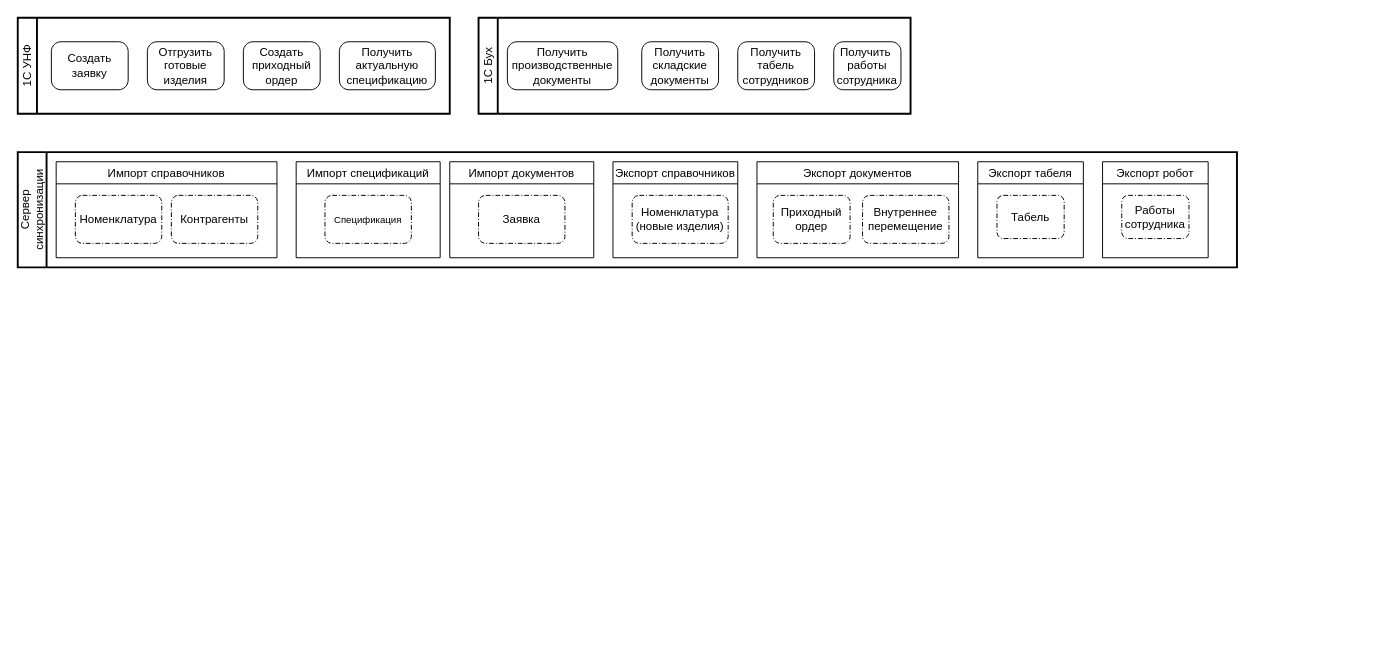
sashok74/diagrams keeps this draw.io diagram as HiTek-1C.drawio. Above is the earlier version. Source tidied: cells renumbered, new cells numbered last; positions are measured from the earlier drawing's top-left corner, leaving out a move shared by most shapes. Both pictures are drawn from the tidied source at 96%, with x=0, y=0 at pixel (17, 17).
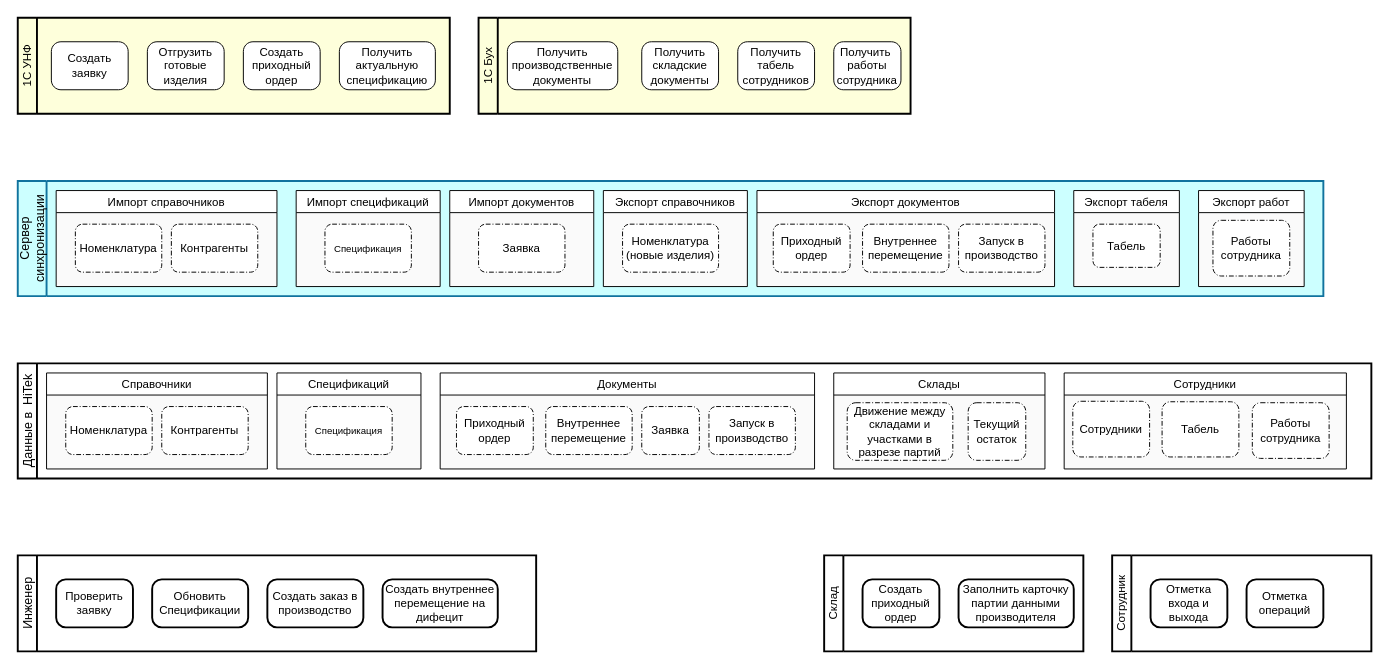
Above is the later version.

The edit, as a diff of the source:
```diff
@@
-    <mxCell id="2" value="1C УНФ" style="swimlane;html=1;startSize=20;fontStyle=0;horizontal=0;swimlaneLine=1;swimlaneFillColor=#ffffff;strokeWidth=2;whiteSpace=wrap;" parent="1" vertex="1">
+    <mxCell id="2" value="1C УНФ" style="swimlane;html=1;startSize=20;fontStyle=0;horizontal=0;swimlaneLine=1;swimlaneFillColor=#FEFFDB;strokeWidth=2;whiteSpace=wrap;fillColor=#FDFFDB;" parent="1" vertex="1">
       <mxGeometry width="450" height="100" as="geometry" />
     </mxCell>
@@
-    <mxCell id="7" value="1C Бух" style="swimlane;html=1;startSize=20;fontStyle=0;horizontal=0;swimlaneLine=1;swimlaneFillColor=#ffffff;strokeWidth=2;whiteSpace=wrap;" parent="1" vertex="1">
+    <mxCell id="7" value="1C Бух" style="swimlane;html=1;startSize=20;fontStyle=0;horizontal=0;swimlaneLine=1;swimlaneFillColor=#FEFFDB;strokeWidth=2;whiteSpace=wrap;fillColor=#FDFFDB;" parent="1" vertex="1">
       <mxGeometry x="480" width="450" height="100" as="geometry" />
     </mxCell>
@@
+    <mxCell id="29" value="&lt;font style=&quot;font-size: 13px;&quot;&gt;Данные в&amp;nbsp; HiTek&lt;/font&gt;" style="swimlane;html=1;startSize=20;fontStyle=0;horizontal=0;swimlaneLine=1;swimlaneFillColor=#ffffff;strokeWidth=2;whiteSpace=wrap;rounded=0;strokeColor=default;fontFamily=Helvetica;fontSize=13;fontColor=default;fillColor=default;" parent="1" vertex="1">
+      <mxGeometry y="360" width="1410" height="120" as="geometry" />
+    </mxCell>
+    <mxCell id="30" value="Cправочники" style="swimlane;fontStyle=0;swimlaneFillColor=#FAFAFA;" parent="29" vertex="1">
+      <mxGeometry x="30" y="10" width="230" height="100" as="geometry" />
+    </mxCell>
+    <mxCell id="31" value="&lt;font style=&quot;font-size: 12px;&quot;&gt;Номенклатура&lt;/font&gt;" style="rounded=1;dashed=1;dashPattern=5 2 1 2;labelPosition=center;verticalLabelPosition=middle;align=center;verticalAlign=middle;fontSize=8;html=1;whiteSpace=wrap;" parent="30" vertex="1">
+      <mxGeometry x="20" y="35" width="90" height="50" as="geometry" />
+    </mxCell>
+    <mxCell id="32" value="&lt;font style=&quot;font-size: 12px;&quot;&gt;Контрагенты&lt;/font&gt;" style="rounded=1;dashed=1;dashPattern=5 2 1 2;labelPosition=center;verticalLabelPosition=middle;align=center;verticalAlign=middle;fontSize=8;html=1;whiteSpace=wrap;" parent="30" vertex="1">
+      <mxGeometry x="120" y="35" width="90" height="50" as="geometry" />
+    </mxCell>
+    <mxCell id="33" value="Спецификаций" style="swimlane;fontStyle=0;swimlaneFillColor=#FAFAFA;" parent="29" vertex="1">
+      <mxGeometry x="270" y="10" width="150" height="100" as="geometry" />
+    </mxCell>
+    <mxCell id="34" value="&lt;font style=&quot;font-size: 10px;&quot;&gt;Спецификация&lt;/font&gt;" style="rounded=1;dashed=1;dashPattern=5 2 1 2;labelPosition=center;verticalLabelPosition=middle;align=center;verticalAlign=middle;fontSize=8;html=1;whiteSpace=wrap;" parent="33" vertex="1">
+      <mxGeometry x="30" y="35" width="90" height="50" as="geometry" />
+    </mxCell>
+    <mxCell id="35" value="Документы" style="swimlane;fontStyle=0;startSize=23;swimlaneFillColor=#FAFAFA;" parent="29" vertex="1">
+      <mxGeometry x="440" y="10" width="390" height="100" as="geometry" />
+    </mxCell>
+    <mxCell id="36" value="&lt;font style=&quot;font-size: 12px;&quot;&gt;Приходный ордер&lt;/font&gt;" style="rounded=1;dashed=1;dashPattern=5 2 1 2;labelPosition=center;verticalLabelPosition=middle;align=center;verticalAlign=middle;fontSize=8;html=1;whiteSpace=wrap;" parent="35" vertex="1">
+      <mxGeometry x="17" y="35" width="80" height="50" as="geometry" />
+    </mxCell>
+    <mxCell id="37" value="&lt;font style=&quot;font-size: 12px;&quot;&gt;Внутреннее перемещение&lt;/font&gt;" style="rounded=1;dashed=1;dashPattern=5 2 1 2;labelPosition=center;verticalLabelPosition=middle;align=center;verticalAlign=middle;fontSize=8;html=1;whiteSpace=wrap;" parent="35" vertex="1">
+      <mxGeometry x="110" y="35" width="90" height="50" as="geometry" />
+    </mxCell>
+    <mxCell id="38" value="Заявка" style="rounded=1;dashed=1;dashPattern=5 2 1 2;labelPosition=center;verticalLabelPosition=middle;align=center;verticalAlign=middle;fontSize=12;html=1;whiteSpace=wrap;" parent="35" vertex="1">
+      <mxGeometry x="210" y="35" width="60" height="50" as="geometry" />
+    </mxCell>
+    <mxCell id="39" value="Запуск в производство" style="rounded=1;dashed=1;dashPattern=5 2 1 2;labelPosition=center;verticalLabelPosition=middle;align=center;verticalAlign=middle;fontSize=12;html=1;whiteSpace=wrap;" parent="35" vertex="1">
+      <mxGeometry x="280" y="35" width="90" height="50" as="geometry" />
+    </mxCell>
+    <mxCell id="40" value="Склады" style="swimlane;fontStyle=0;swimlaneFillColor=#FAFAFA;" parent="29" vertex="1">
+      <mxGeometry x="850" y="10" width="220" height="100" as="geometry" />
+    </mxCell>
+    <mxCell id="41" value="Движение между складами и участками в разрезе партий" style="rounded=1;dashed=1;dashPattern=5 2 1 2;labelPosition=center;verticalLabelPosition=middle;align=center;verticalAlign=middle;fontSize=12;html=1;whiteSpace=wrap;" parent="40" vertex="1">
+      <mxGeometry x="14" y="31" width="110" height="60" as="geometry" />
+    </mxCell>
+    <mxCell id="42" value="Текущий остаток" style="rounded=1;dashed=1;dashPattern=5 2 1 2;labelPosition=center;verticalLabelPosition=middle;align=center;verticalAlign=middle;fontSize=12;html=1;whiteSpace=wrap;" parent="40" vertex="1">
+      <mxGeometry x="140" y="31" width="60" height="60" as="geometry" />
+    </mxCell>
+    <mxCell id="43" value="Сотрудники" style="swimlane;fontStyle=0;swimlaneFillColor=#FAFAFA;" parent="29" vertex="1">
+      <mxGeometry x="1090" y="10" width="294" height="100" as="geometry" />
+    </mxCell>
+    <mxCell id="44" value="&lt;font style=&quot;font-size: 12px;&quot;&gt;Табель&lt;/font&gt;" style="rounded=1;dashed=1;dashPattern=5 2 1 2;labelPosition=center;verticalLabelPosition=middle;align=center;verticalAlign=middle;fontSize=8;html=1;whiteSpace=wrap;" parent="43" vertex="1">
+      <mxGeometry x="102" y="30" width="80" height="57.5" as="geometry" />
+    </mxCell>
+    <mxCell id="28" value="&lt;font style=&quot;font-size: 12px;&quot;&gt;Работы сотрудника&lt;/font&gt;" style="rounded=1;dashed=1;dashPattern=5 2 1 2;labelPosition=center;verticalLabelPosition=middle;align=center;verticalAlign=middle;fontSize=8;html=1;whiteSpace=wrap;" parent="43" vertex="1">
+      <mxGeometry x="196" y="31" width="80" height="58" as="geometry" />
+    </mxCell>
+    <mxCell id="45" value="Сотрудники" style="rounded=1;dashed=1;dashPattern=5 2 1 2;labelPosition=center;verticalLabelPosition=middle;align=center;verticalAlign=middle;fontSize=12;html=1;whiteSpace=wrap;" parent="43" vertex="1">
+      <mxGeometry x="9" y="29.5" width="80" height="58" as="geometry" />
+    </mxCell>
+    <mxCell id="46" value="Инженер" style="swimlane;html=1;startSize=20;fontStyle=0;horizontal=0;swimlaneLine=1;swimlaneFillColor=#ffffff;strokeWidth=2;whiteSpace=wrap;rounded=0;strokeColor=default;fontFamily=Helvetica;fontSize=13;fontColor=default;fillColor=default;" parent="1" vertex="1">
+      <mxGeometry y="560" width="540" height="100" as="geometry" />
+    </mxCell>
+    <mxCell id="47" value="Проверить заявку" style="shape=mxgraph.bpmn.task;whiteSpace=wrap;rectStyle=rounded;size=10;html=1;taskMarker=abstract;rounded=0;strokeColor=default;strokeWidth=2;fontFamily=Helvetica;fontSize=12;fontColor=default;startSize=20;fillColor=default;" parent="46" vertex="1">
+      <mxGeometry x="40" y="25" width="80" height="50" as="geometry" />
+    </mxCell>
+    <mxCell id="48" value="Обновить Спецификации" style="shape=mxgraph.bpmn.task;whiteSpace=wrap;rectStyle=rounded;size=10;html=1;taskMarker=abstract;rounded=0;strokeColor=default;strokeWidth=2;fontFamily=Helvetica;fontSize=12;fontColor=default;startSize=20;fillColor=default;" parent="46" vertex="1">
+      <mxGeometry x="140" y="25" width="100" height="50" as="geometry" />
+    </mxCell>
+    <mxCell id="49" value="Создать заказ в производство" style="shape=mxgraph.bpmn.task;whiteSpace=wrap;rectStyle=rounded;size=10;html=1;taskMarker=abstract;rounded=0;strokeColor=default;strokeWidth=2;fontFamily=Helvetica;fontSize=12;fontColor=default;startSize=20;fillColor=default;" parent="46" vertex="1">
+      <mxGeometry x="260" y="25" width="100" height="50" as="geometry" />
+    </mxCell>
+    <mxCell id="50" value="Создать внутреннее перемещение на дифецит" style="shape=mxgraph.bpmn.task;whiteSpace=wrap;rectStyle=rounded;size=10;html=1;taskMarker=abstract;rounded=0;strokeColor=default;strokeWidth=2;fontFamily=Helvetica;fontSize=12;fontColor=default;startSize=20;fillColor=default;" parent="46" vertex="1">
+      <mxGeometry x="380" y="25" width="120" height="50" as="geometry" />
+    </mxCell>
+    <mxCell id="51" style="group;" parent="1" vertex="1">
+      <mxGeometry y="170" width="1360" height="120" as="geometry" />
+    </mxCell>
-    <mxCell id="12" value="&lt;div&gt;Сервер синхронизации&lt;/div&gt;" style="swimlane;html=1;startSize=30;fontStyle=0;horizontal=0;swimlaneLine=1;swimlaneFillColor=#ffffff;strokeWidth=2;whiteSpace=wrap;" parent="1" vertex="1">
-      <mxGeometry y="140" width="1270" height="120" as="geometry" />
+    <mxCell id="12" value="&lt;div style=&quot;font-size: 13px;&quot;&gt;Сервер синхронизации&lt;/div&gt;" style="swimlane;html=1;startSize=30;fontStyle=0;horizontal=0;swimlaneLine=1;swimlaneFillColor=#CCFFFF;strokeWidth=2;whiteSpace=wrap;fillColor=#CCFFFF;strokeColor=#10739e;fontSize=13;" parent="51" vertex="1">
+      <mxGeometry width="1360" height="120" as="geometry" />
     </mxCell>
-    <mxCell id="13" value="Импорт документов" style="swimlane;fontStyle=0;" parent="12" vertex="1">
+    <mxCell id="13" value="Импорт документов" style="swimlane;fontStyle=0;swimlaneFillColor=#FAFAFA;" parent="51" vertex="1">
       <mxGeometry x="450" y="10" width="150" height="100" as="geometry" />
     </mxCell>
@@
-    <mxCell id="15" value="Импорт справочников" style="swimlane;fontStyle=0;" parent="12" vertex="1">
+    <mxCell id="15" value="Импорт справочников" style="swimlane;fontStyle=0;swimlaneFillColor=#FAFAFA;" parent="51" vertex="1">
       <mxGeometry x="40" y="10" width="230" height="100" as="geometry" />
     </mxCell>
@@
-    <mxCell id="18" value="Экспорт документов" style="swimlane;fontStyle=0;" parent="12" vertex="1">
-      <mxGeometry x="770" y="10" width="210" height="100" as="geometry" />
+    <mxCell id="18" value="Экспорт документов" style="swimlane;fontStyle=0;swimlaneFillColor=#FAFAFA;" parent="51" vertex="1">
+      <mxGeometry x="770" y="10" width="310" height="100" as="geometry" />
     </mxCell>
@@
+    <mxCell id="52" value="Запуск в производство" style="rounded=1;dashed=1;dashPattern=5 2 1 2;labelPosition=center;verticalLabelPosition=middle;align=center;verticalAlign=middle;fontSize=12;html=1;whiteSpace=wrap;" parent="18" vertex="1">
+      <mxGeometry x="210" y="35" width="90" height="50" as="geometry" />
+    </mxCell>
-    <mxCell id="21" value="Экспорт справочников" style="swimlane;fontStyle=0;" parent="12" vertex="1">
-      <mxGeometry x="620" y="10" width="130" height="100" as="geometry" />
+    <mxCell id="21" value="Экспорт справочников" style="swimlane;fontStyle=0;swimlaneFillColor=#FAFAFA;" parent="51" vertex="1">
+      <mxGeometry x="610" y="10" width="150" height="100" as="geometry" />
     </mxCell>
@@
-    <mxCell id="23" value="Импорт спецификаций" style="swimlane;fontStyle=0;" parent="12" vertex="1">
+    <mxCell id="23" value="Импорт спецификаций" style="swimlane;fontStyle=0;swimlaneFillColor=#FAFAFA;" parent="51" vertex="1">
       <mxGeometry x="290" y="10" width="150" height="100" as="geometry" />
     </mxCell>
@@
-    <mxCell id="25" value="Экспорт табеля" style="swimlane;fontStyle=0;" parent="12" vertex="1">
-      <mxGeometry x="1000" y="10" width="110" height="100" as="geometry" />
+    <mxCell id="25" value="Экспорт табеля" style="swimlane;fontStyle=0;swimlaneFillColor=#FAFAFA;" parent="51" vertex="1">
+      <mxGeometry x="1100" y="10" width="110" height="100" as="geometry" />
     </mxCell>
@@
-    <mxCell id="27" value="Экспорт робот" style="swimlane;fontStyle=0;" parent="12" vertex="1">
-      <mxGeometry x="1130" y="10" width="110" height="100" as="geometry" />
+    <mxCell id="27" value="Экспорт работ" style="swimlane;fontStyle=0;swimlaneFillColor=#FAFAFA;" parent="51" vertex="1">
+      <mxGeometry x="1230" y="10" width="110" height="100" as="geometry" />
     </mxCell>
-    <mxCell id="28" value="&lt;font style=&quot;font-size: 12px;&quot;&gt;Работы сотрудника&lt;/font&gt;" style="rounded=1;dashed=1;dashPattern=5 2 1 2;labelPosition=center;verticalLabelPosition=middle;align=center;verticalAlign=middle;fontSize=8;html=1;whiteSpace=wrap;" parent="27" vertex="1">
-      <mxGeometry x="20" y="35" width="70" height="45" as="geometry" />
-    </mxCell>
+    <mxCell id="53" value="&lt;font style=&quot;font-size: 12px;&quot;&gt;Работы сотрудника&lt;/font&gt;" style="rounded=1;dashed=1;dashPattern=5 2 1 2;labelPosition=center;verticalLabelPosition=middle;align=center;verticalAlign=middle;fontSize=8;html=1;whiteSpace=wrap;" parent="27" vertex="1">
+      <mxGeometry x="15" y="31" width="80" height="58" as="geometry" />
+    </mxCell>
+    <mxCell id="54" value="Склад" style="swimlane;html=1;startSize=20;fontStyle=0;horizontal=0;swimlaneLine=1;swimlaneFillColor=#ffffff;strokeWidth=2;whiteSpace=wrap;rounded=0;strokeColor=default;fontFamily=Helvetica;fontSize=12;fontColor=default;fillColor=default;" parent="1" vertex="1">
+      <mxGeometry x="840" y="560" width="270" height="100" as="geometry" />
+    </mxCell>
+    <mxCell id="55" value="Создать приходный ордер" style="shape=mxgraph.bpmn.task;whiteSpace=wrap;rectStyle=rounded;size=10;html=1;taskMarker=abstract;rounded=0;strokeColor=default;strokeWidth=2;fontFamily=Helvetica;fontSize=12;fontColor=default;startSize=20;fillColor=default;" parent="54" vertex="1">
+      <mxGeometry x="40" y="25" width="80" height="50" as="geometry" />
+    </mxCell>
+    <mxCell id="56" value="Заполнить карточку партии данными производителя" style="shape=mxgraph.bpmn.task;whiteSpace=wrap;rectStyle=rounded;size=10;html=1;taskMarker=abstract;rounded=0;strokeColor=default;strokeWidth=2;fontFamily=Helvetica;fontSize=12;fontColor=default;startSize=20;fillColor=default;" parent="54" vertex="1">
+      <mxGeometry x="140" y="25" width="120" height="50" as="geometry" />
+    </mxCell>
+    <mxCell id="57" value="Сотрудник" style="swimlane;html=1;startSize=20;fontStyle=0;horizontal=0;swimlaneLine=1;swimlaneFillColor=#ffffff;strokeWidth=2;whiteSpace=wrap;rounded=0;strokeColor=default;fontFamily=Helvetica;fontSize=12;fontColor=default;fillColor=default;" parent="1" vertex="1">
+      <mxGeometry x="1140" y="560" width="270" height="100" as="geometry" />
+    </mxCell>
+    <mxCell id="58" value="Отметка входа и выхода" style="shape=mxgraph.bpmn.task;whiteSpace=wrap;rectStyle=rounded;size=10;html=1;taskMarker=abstract;rounded=0;strokeColor=default;strokeWidth=2;fontFamily=Helvetica;fontSize=12;fontColor=default;startSize=20;fillColor=default;" parent="57" vertex="1">
+      <mxGeometry x="40" y="25" width="80" height="50" as="geometry" />
+    </mxCell>
+    <mxCell id="59" value="Отметка операций" style="shape=mxgraph.bpmn.task;whiteSpace=wrap;rectStyle=rounded;size=10;html=1;taskMarker=abstract;rounded=0;strokeColor=default;strokeWidth=2;fontFamily=Helvetica;fontSize=12;fontColor=default;startSize=20;fillColor=default;" parent="57" vertex="1">
+      <mxGeometry x="140" y="25" width="80" height="50" as="geometry" />
+    </mxCell>
```
